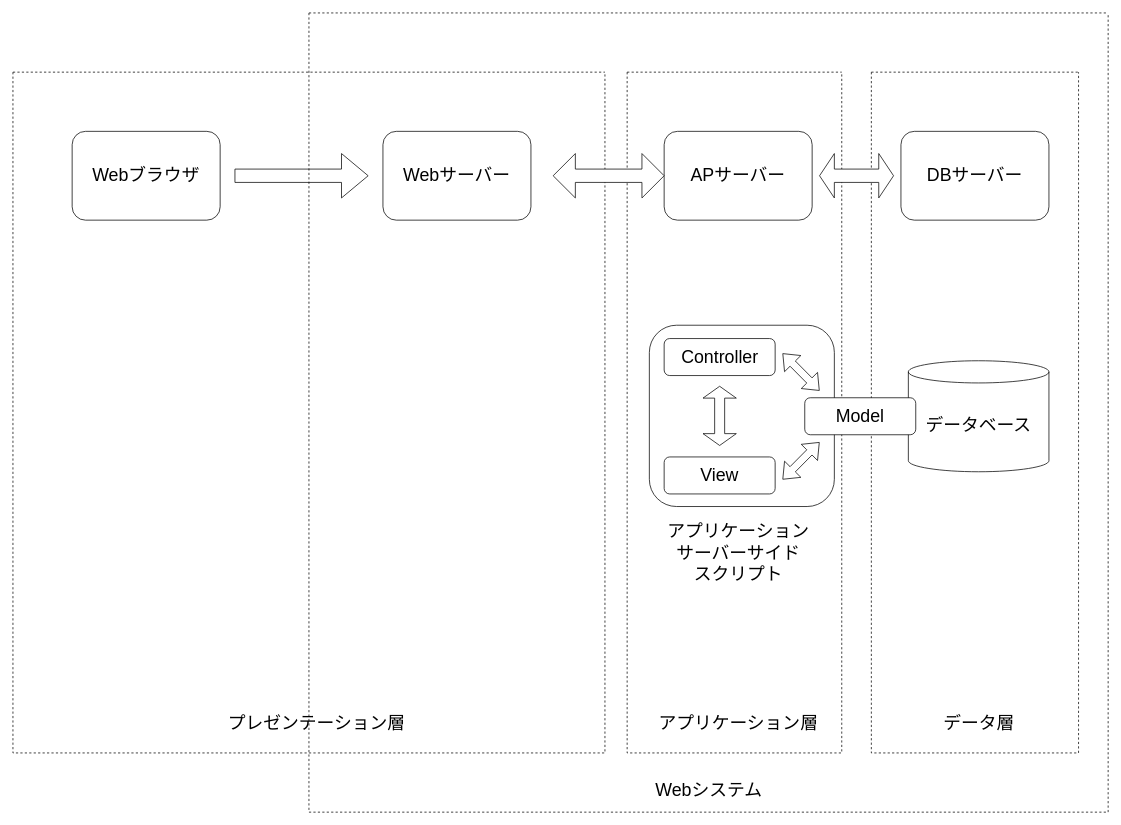
Before: WebModel/connection.drawio in kei615ykhm/learning-record, a draw.io diagram. Source tidied: cells renumbered, new cells numbered last; positions are measured from the earlier drawing's top-left corner, leaving out a move shared by most shapes. Both pictures are drawn from the tidied source at 74%, with x=0, y=0 at pixel (13, 13).
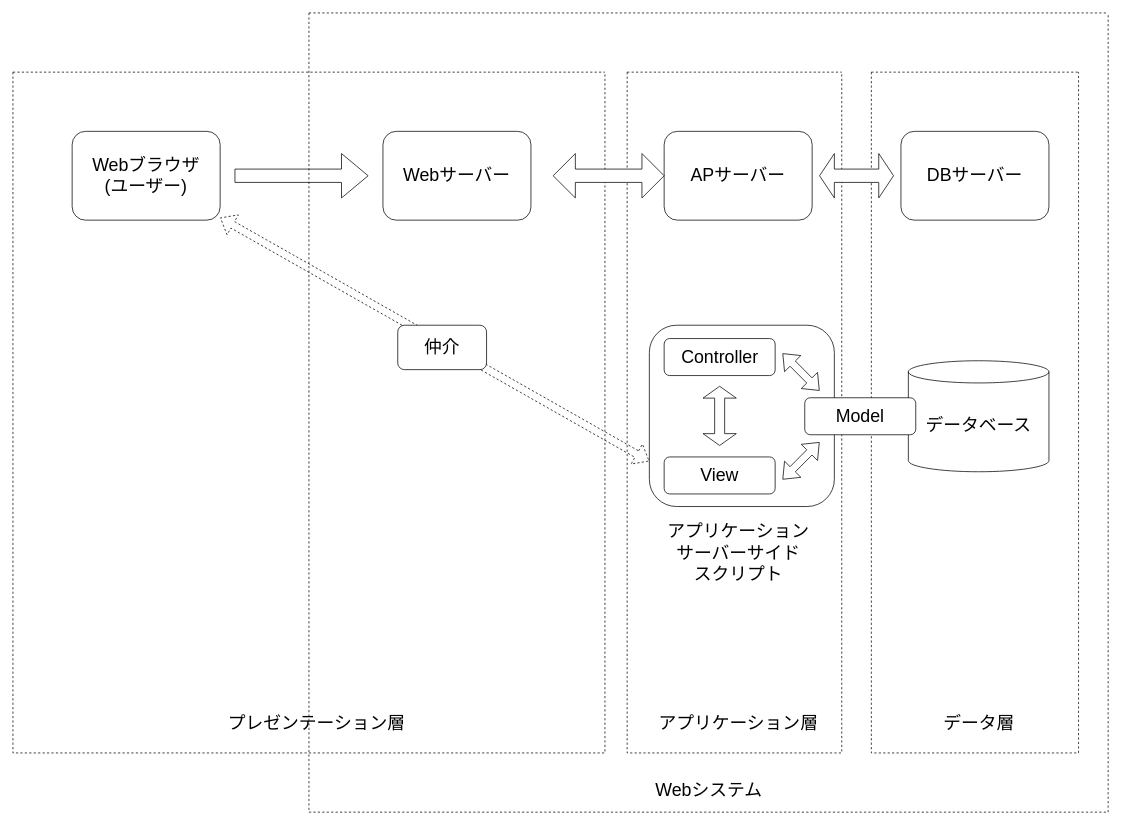
Above is the later version.

Commit message:
矢印でユーザーとViewの関係性を追加

Unchanged cells that the change refers to:
```xml
<mxCell id="2" style="swimlane;startSize=0;dashed=1;" parent="1" vertex="1">
  <mxGeometry y="80" width="800" height="920" as="geometry" />
</mxCell>
<mxCell id="7" style="swimlane;startSize=0;dashed=1;" parent="1" vertex="1">
  <mxGeometry x="400" width="1080" height="1080" as="geometry" />
</mxCell>
```

Change to the diagram source:
```diff
@@
-    <mxCell id="3" value="Webブラウザ" style="rounded=1;whiteSpace=wrap;html=1;fontSize=24;" parent="2" vertex="1">
+    <mxCell id="3" value="Webブラウザ&lt;br&gt;(ユーザー)" style="rounded=1;whiteSpace=wrap;html=1;fontSize=24;" parent="2" vertex="1">
       <mxGeometry x="80" y="80" width="200" height="120" as="geometry" />
     </mxCell>
@@
+    <mxCell id="27" style="shape=flexArrow;endArrow=classic;startArrow=classic;html=1;fontSize=24;exitX=0;exitY=0.75;exitDx=0;exitDy=0;dashed=1;" parent="1" edge="1" source="11" target="3">
+      <mxGeometry relative="1" as="geometry" />
+    </mxCell>
@@
+    <mxCell id="11" style="rounded=1;whiteSpace=wrap;html=1;fontSize=24;" parent="7" vertex="1">
+      <mxGeometry x="460" y="422" width="250" height="245" as="geometry" />
+    </mxCell>
@@
-    <mxCell id="11" style="rounded=1;whiteSpace=wrap;html=1;fontSize=24;" parent="7" vertex="1">
-      <mxGeometry x="460" y="422" width="250" height="245" as="geometry" />
-    </mxCell>
@@
+    <mxCell id="28" value="仲介" style="rounded=1;whiteSpace=wrap;html=1;fontSize=24;" parent="7" vertex="1">
+      <mxGeometry x="120" y="422" width="120" height="60" as="geometry" />
+    </mxCell>
```
